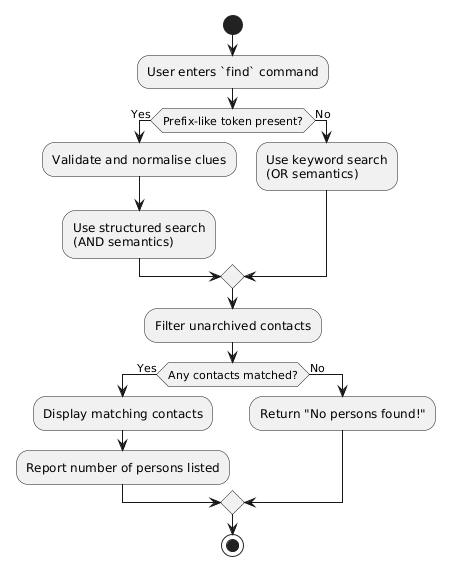
AY2627S1-CS2103T-W10-2/tp keeps this PlantUML diagram as docs/images/MultiClueSearchActivityDiagram.png. Above is the earlier version. Source of this version:
```plantuml
@startuml
start

:User enters `find` command;

if (Prefix-like token present?) then (Yes)
    :Validate and normalise clues;
    :Use structured search\n(AND semantics);
else (No)
    :Use keyword search\n(OR semantics);
endif

:Filter unarchived contacts;

if (Any contacts matched?) then (Yes)
    :Display matching contacts;
    :Report number of persons listed;
else (No)
    :Return "No persons found!";
endif

stop
@enduml
```
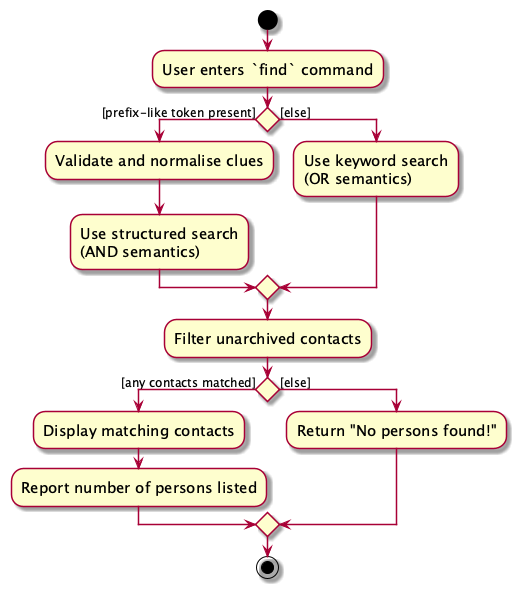
The same diagram one commit later.

Diff of the diagram source:
```diff
@@ -1,21 +1,25 @@
 @startuml
+skin rose
+skinparam ActivityFontSize 15
+skinparam ArrowFontSize 12
+
 start
 
 :User enters `find` command;
 
-if (Prefix-like token present?) then (Yes)
+if () then ([prefix-like token present])
     :Validate and normalise clues;
     :Use structured search\n(AND semantics);
-else (No)
+else ([else])
     :Use keyword search\n(OR semantics);
 endif
 
 :Filter unarchived contacts;
 
-if (Any contacts matched?) then (Yes)
+if () then ([any contacts matched])
     :Display matching contacts;
     :Report number of persons listed;
-else (No)
+else ([else])
     :Return "No persons found!";
 endif
 
```
